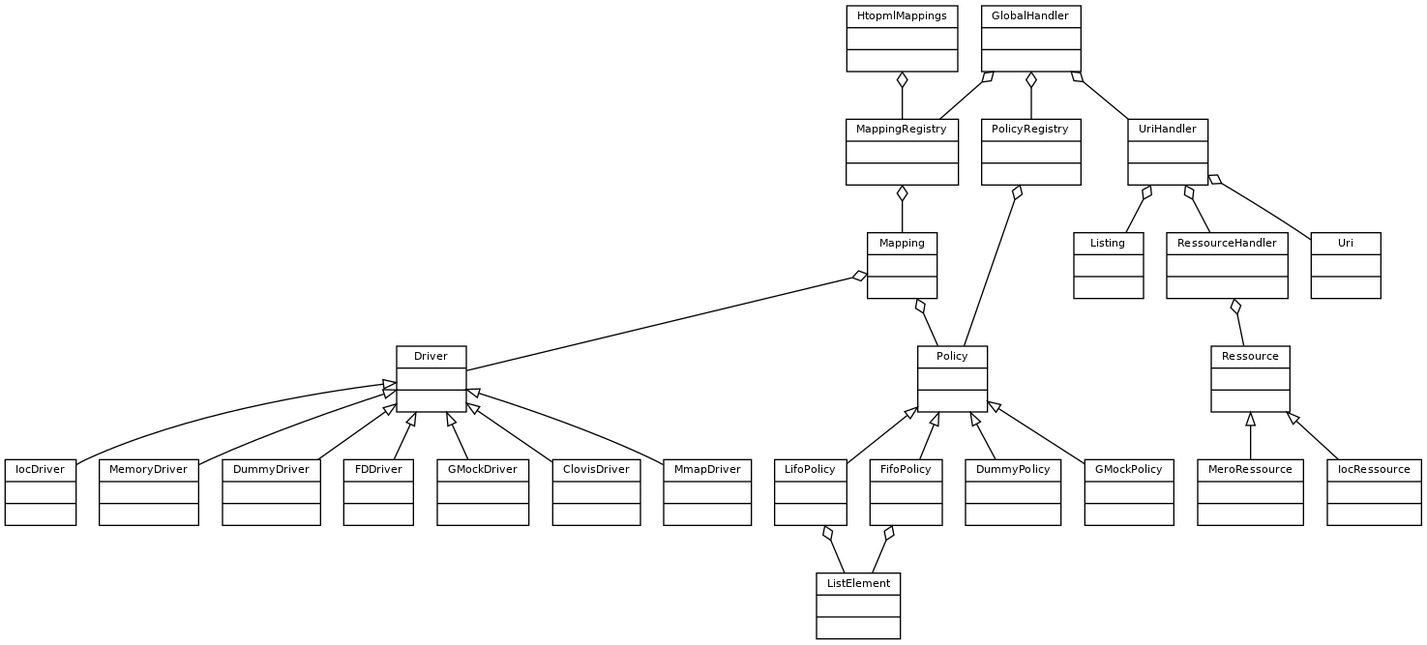
The Graphviz diagram doc/images/uml.png in FR-GRE-BDS-HPC-SW-SAGE2-GMA/ummap-io-v2, before a commit. Its source is kept beside it as doc/images/uml.dot.
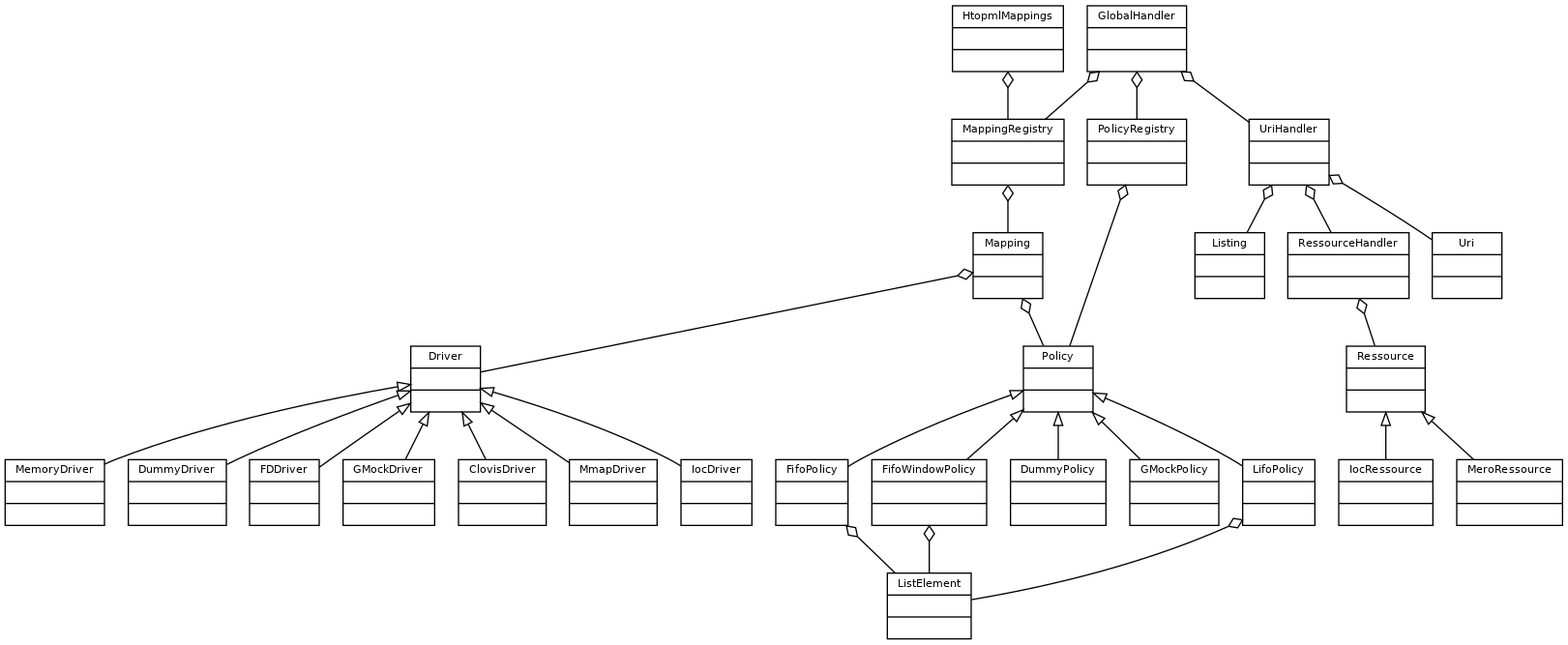
After the change.

Commit message:
[doc] Update UML to add FifoWindowPolicy

Change to the diagram source:
```diff
@@ -24,6 +24,10 @@
 
 	FifoPolicy [
 		label = "{FifoPolicy|\l|\l}"
+	]
+
+	FifoWindowPolicy [
+		label = "{FifoWindowPolicy|\l|\l}"
 	]
 
 	LifoPolicy [
@@ -118,6 +122,7 @@
 		label = "{UriHandler|\l|\l}"
 	]
 
+	Policy -> FifoWindowPolicy
 	Policy -> FifoPolicy
 	Policy -> LifoPolicy
 	Policy -> DummyPolicy
@@ -136,6 +141,7 @@
 	Mapping -> Driver[arrowtail=odiamond]
 	MappingRegistry -> Mapping[arrowtail=odiamond]
 	FifoPolicy -> ListElement[arrowtail=odiamond]
+	FifoWindowPolicy -> ListElement[arrowtail=odiamond]
 	LifoPolicy -> ListElement[arrowtail=odiamond]
 	GlobalHandler -> MappingRegistry[arrowtail=odiamond]
 	GlobalHandler -> PolicyRegistry[arrowtail=odiamond]
```
